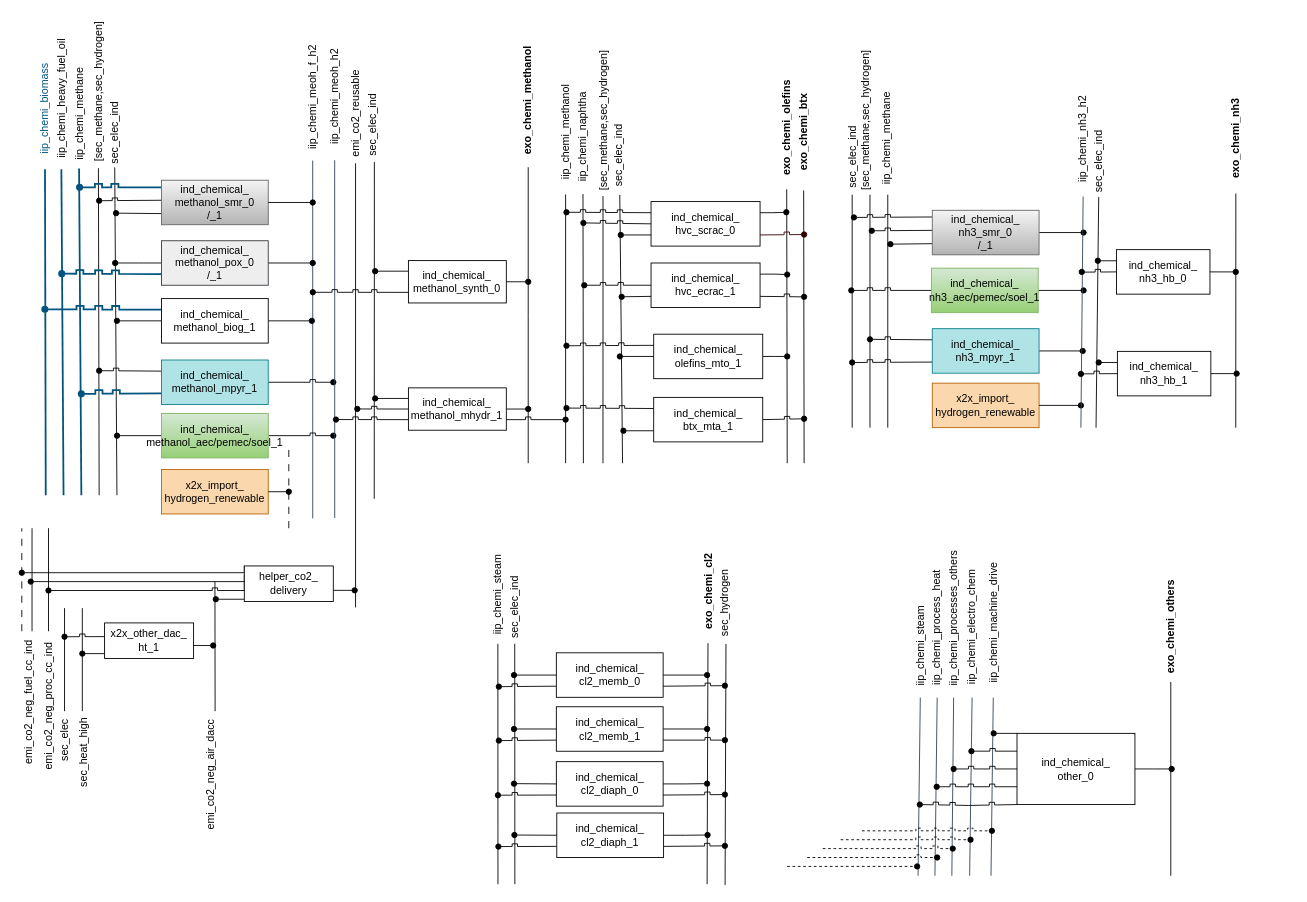
Before: page "Chemi_SEDOS" (3 of 18) of TAM_Industry_RES.drawio in anik-ier/TAM_Industry_RES, a draw.io diagram. Source tidied: cells renumbered, new cells numbered last; positions are measured from the earlier drawing's top-left corner, leaving out a move shared by most shapes. Both pictures are drawn from the tidied source at 89%, with x=0, y=0 at pixel (-32, 18).
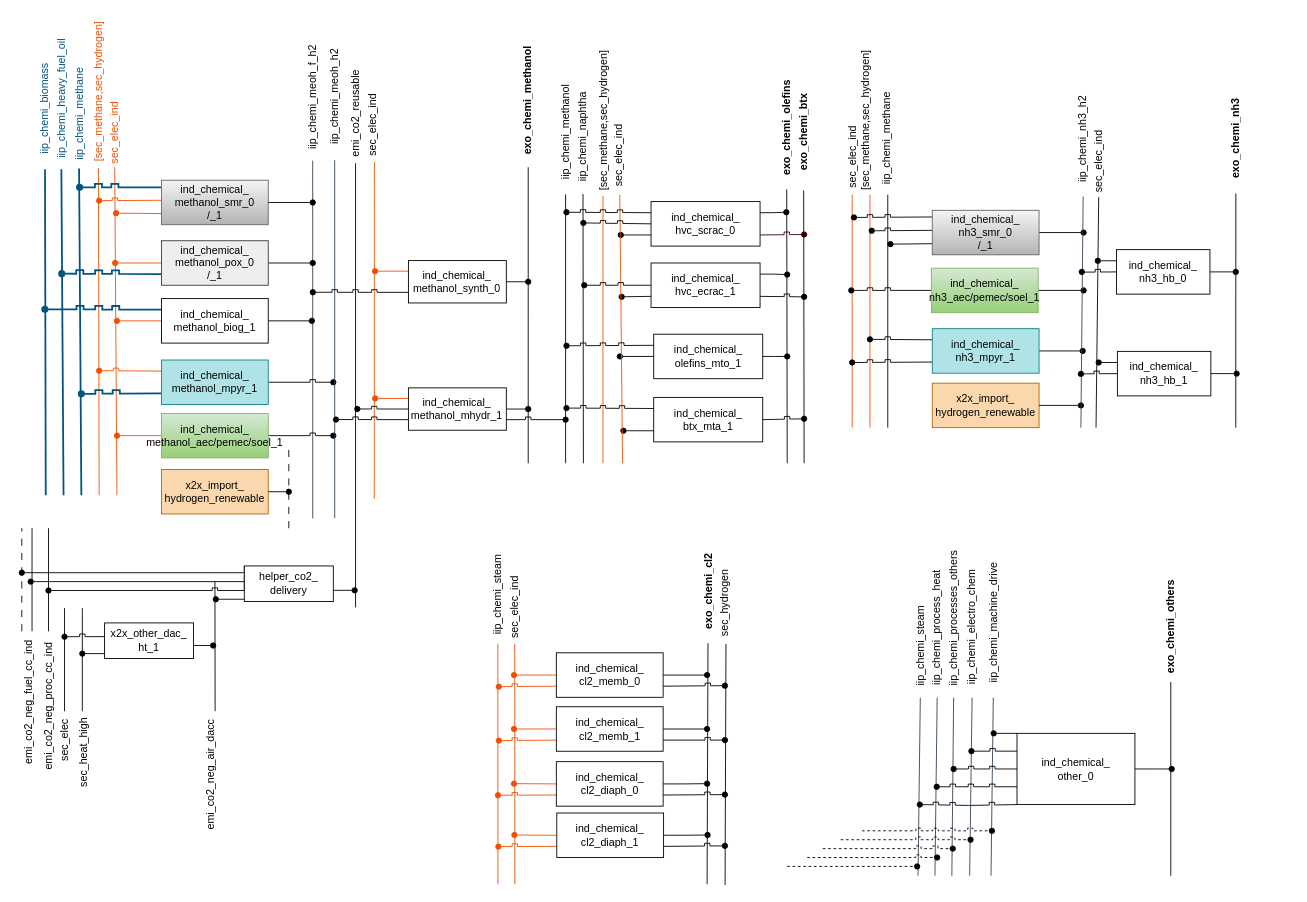
The same page after the edit.

Unchanged cells that the change refers to:
```xml
<mxCell id="9" value="sec_elec_ind" style="text;html=1;strokeColor=none;fillColor=none;align=center;verticalAlign=middle;whiteSpace=wrap;rounded=0;rotation=270;" parent="1" vertex="1">
  <mxGeometry x="687.2" y="140.8" width="88.5" height="27" as="geometry" />
</mxCell>
<mxCell id="14" value="[sec_methane,sec_hydrogen]" style="text;html=1;strokeColor=none;fillColor=none;align=center;verticalAlign=middle;whiteSpace=wrap;rounded=0;rotation=270;" parent="1" vertex="1">
  <mxGeometry x="628.8" y="103.5" width="168.5" height="24" as="geometry" />
</mxCell>
<mxCell id="27" style="group;" parent="1" vertex="1">
  <mxGeometry x="657" y="190" width="149" height="320" as="geometry" />
</mxCell>
<mxCell id="94" style="group;" parent="93" vertex="1">
  <mxGeometry width="385.1" height="243" as="geometry" />
</mxCell>
<mxCell id="99" style="group;" parent="94" vertex="1">
  <mxGeometry x="48.9" y="-137" width="190" height="60" as="geometry" />
</mxCell>
<mxCell id="103" value="&lt;div&gt;ind_chemical_&lt;/div&gt;&lt;div&gt;methanol_smr_0&lt;/div&gt;/_1" style="rounded=0;whiteSpace=wrap;html=1;fillColor=#f5f5f5;gradientColor=#b3b3b3;strokeColor=#666666;" parent="99" vertex="1">
  <mxGeometry x="70" width="120" height="50" as="geometry" />
</mxCell>
<mxCell id="105" style="group;" parent="94" vertex="1">
  <mxGeometry x="28.9" y="65" width="210" height="60" as="geometry" />
</mxCell>
<mxCell id="109" value="&lt;div&gt;ind_chemical_&lt;/div&gt;&lt;div&gt;methanol_mpyr_1&lt;/div&gt;" style="rounded=0;whiteSpace=wrap;html=1;fillColor=#b0e3e6;strokeColor=#0e8088;" parent="105" vertex="1">
  <mxGeometry x="90" width="120" height="50" as="geometry" />
</mxCell>
<mxCell id="112" value="&lt;div&gt;ind_chemical_&lt;/div&gt;&lt;div&gt;methanol_aec/pemec/soel_1&lt;/div&gt;" style="rounded=0;whiteSpace=wrap;html=1;fillColor=#d5e8d4;gradientColor=#97d077;strokeColor=#82b366;" parent="94" vertex="1">
  <mxGeometry x="118.9" y="125" width="120" height="50" as="geometry" />
</mxCell>
<mxCell id="116" value="&lt;div&gt;ind_chemical_&lt;/div&gt;&lt;div&gt;methanol_biog_1&lt;/div&gt;" style="rounded=0;whiteSpace=wrap;html=1;" parent="94" vertex="1">
  <mxGeometry x="118.9" y="-4" width="120" height="50" as="geometry" />
</mxCell>
<mxCell id="117" style="group;" parent="94" vertex="1">
  <mxGeometry x="-11.1" y="-69" width="250" height="60" as="geometry" />
</mxCell>
<mxCell id="121" value="&lt;div&gt;ind_chemical_&lt;/div&gt;&lt;div&gt;methanol_pox_0&lt;/div&gt;/_1" style="whiteSpace=wrap;html=1;rounded=0;fillColor=#eeeeee;strokeColor=#36393d;" parent="117" vertex="1">
  <mxGeometry x="130" width="120" height="50" as="geometry" />
</mxCell>
<mxCell id="127" style="group;" parent="94" vertex="1">
  <mxGeometry x="-26.1" y="-219" width="143" height="458" as="geometry" />
</mxCell>
<mxCell id="138" style="group;" parent="1" vertex="1">
  <mxGeometry x="348" y="142.9" width="256.4" height="337.6" as="geometry" />
</mxCell>
<mxCell id="143" value="&lt;div&gt;ind_chemical_&lt;/div&gt;&lt;div&gt;methanol_mhydr_1&lt;/div&gt;" style="rounded=0;whiteSpace=wrap;html=1;" parent="138" vertex="1">
  <mxGeometry x="146.4" y="272.4" width="110" height="47.6" as="geometry" />
</mxCell>
<mxCell id="144" style="group;" parent="138" vertex="1">
  <mxGeometry y="-143" width="256.4" height="337.6" as="geometry" />
</mxCell>
<mxCell id="148" value="&lt;div&gt;ind_chemical_&lt;/div&gt;&lt;div&gt;methanol_synth_0&lt;/div&gt;" style="rounded=0;whiteSpace=wrap;html=1;" parent="144" vertex="1">
  <mxGeometry x="146.4" y="272.4" width="110" height="47.6" as="geometry" />
</mxCell>
<mxCell id="154" value="&lt;div&gt;ind_chemical_&lt;/div&gt;&lt;div&gt;cl2_memb_0&lt;/div&gt;" style="whiteSpace=wrap;html=1;rounded=0;" parent="1" vertex="1">
  <mxGeometry x="660.6" y="713" width="120" height="50" as="geometry" />
</mxCell>
<mxCell id="157" value="&lt;div&gt;ind_chemical_&lt;/div&gt;&lt;div&gt;cl2_diaph_0&lt;/div&gt;" style="whiteSpace=wrap;html=1;rounded=0;" parent="1" vertex="1">
  <mxGeometry x="660.6" y="835.3" width="120" height="50" as="geometry" />
</mxCell>
<mxCell id="161" value="sec_elec_ind" style="text;html=1;fillColor=none;align=center;verticalAlign=middle;whiteSpace=wrap;rounded=0;rotation=270;fontStyle=0;" parent="1" vertex="1">
  <mxGeometry x="573.5" y="647.5" width="80.7" height="30" as="geometry" />
</mxCell>
<mxCell id="164" value="iip_chemi_steam" style="text;html=1;align=center;verticalAlign=middle;whiteSpace=wrap;rounded=0;rotation=270;fontStyle=0;" parent="1" vertex="1">
  <mxGeometry x="539.8" y="632.8" width="110.2" height="30" as="geometry" />
</mxCell>
<mxCell id="181" value="&lt;div&gt;ind_chemical_&lt;/div&gt;&lt;div&gt;cl2_memb_1&lt;/div&gt;" style="whiteSpace=wrap;html=1;rounded=0;" parent="1" vertex="1">
  <mxGeometry x="660.6" y="773.6" width="120" height="50" as="geometry" />
</mxCell>
<mxCell id="186" value="&lt;div&gt;ind_chemical_&lt;/div&gt;&lt;div&gt;cl2_diaph_1&lt;/div&gt;" style="whiteSpace=wrap;html=1;rounded=0;" parent="1" vertex="1">
  <mxGeometry x="661.1" y="893" width="120" height="50" as="geometry" />
</mxCell>
```

Diff of the diagram source:
```diff
@@
-    <mxCell id="28" style="endArrow=none;html=1;rounded=0;" parent="27" edge="1" target="9">
+    <mxCell id="28" style="endArrow=none;html=1;rounded=0;strokeColor=#F24F00;" parent="27" edge="1" target="9">
       <mxGeometry relative="1" as="geometry">
         <mxPoint x="78" y="310" as="sourcePoint" />
       </mxGeometry>
     </mxCell>
-    <mxCell id="29" style="endArrow=none;html=1;rounded=0;" parent="27" edge="1" target="14">
+    <mxCell id="29" style="endArrow=none;html=1;rounded=0;strokeColor=#F24F00;" parent="27" edge="1" target="14">
       <mxGeometry relative="1" as="geometry">
         <mxPoint x="56" y="310" as="sourcePoint" />
       </mxGeometry>
     </mxCell>
-    <mxCell id="30" value="sec_elec_ind" style="text;html=1;strokeColor=none;fillColor=none;align=center;verticalAlign=middle;whiteSpace=wrap;rounded=0;rotation=270;" parent="1" vertex="1">
+    <mxCell id="30" value="sec_elec_ind" style="text;html=1;align=center;verticalAlign=middle;whiteSpace=wrap;rounded=0;rotation=270;" parent="1" vertex="1">
       <mxGeometry x="412.5" y="111.5" width="85" height="17.9" as="geometry" />
     </mxCell>
@@
-    <mxCell id="35" style="endArrow=none;html=1;rounded=0;" parent="1" edge="1">
+    <mxCell id="35" style="endArrow=none;html=1;rounded=0;strokeColor=#F24F00;" parent="1" edge="1">
       <mxGeometry relative="1" as="geometry">
         <mxPoint x="1013" y="460" as="sourcePoint" />
         <mxPoint x="1013" y="198.3" as="targetPoint" />
       </mxGeometry>
     </mxCell>
@@
-    <mxCell id="39" style="endArrow=none;html=1;rounded=0;" parent="1" edge="1">
+    <mxCell id="39" style="endArrow=none;html=1;rounded=0;strokeColor=#F24F00;" parent="1" edge="1">
       <mxGeometry relative="1" as="geometry">
         <mxPoint x="993" y="460" as="sourcePoint" />
         <mxPoint x="993" y="198.3" as="targetPoint" />
       </mxGeometry>
     </mxCell>
@@
-    <mxCell id="91" style="endArrow=none;html=1;rounded=0;entryX=0.016;entryY=0.565;entryDx=0;entryDy=0;entryPerimeter=0;" parent="1" edge="1" target="30">
+    <mxCell id="91" style="endArrow=none;html=1;rounded=0;entryX=0.016;entryY=0.565;entryDx=0;entryDy=0;entryPerimeter=0;strokeColor=#F24F00;" parent="1" edge="1" target="30">
       <mxGeometry relative="1" as="geometry">
         <mxPoint x="456" y="540" as="sourcePoint" />
       </mxGeometry>
     </mxCell>
@@
-    <mxCell id="96" style="endArrow=none;html=1;rounded=0;" parent="94" edge="1" target="133">
+    <mxCell id="96" style="endArrow=none;html=1;rounded=0;strokeColor=#F24F00;" parent="94" edge="1" target="133">
       <mxGeometry relative="1" as="geometry">
         <mxPoint x="48.9" y="217" as="sourcePoint" />
       </mxGeometry>
     </mxCell>
-    <mxCell id="97" style="endArrow=none;html=1;rounded=0;entryX=0;entryY=0.5;entryDx=0;entryDy=0;" parent="94" edge="1" target="131">
+    <mxCell id="97" style="endArrow=none;html=1;rounded=0;entryX=0;entryY=0.5;entryDx=0;entryDy=0;fontColor=#F24F00;strokeColor=#F24F00;" parent="94" edge="1" target="131">
       <mxGeometry relative="1" as="geometry">
         <mxPoint x="68.9" y="217" as="sourcePoint" />
       </mxGeometry>
     </mxCell>
@@
-    <mxCell id="101" style="edgeStyle=orthogonalEdgeStyle;rounded=0;orthogonalLoop=1;jettySize=auto;html=1;exitX=0;exitY=0.5;exitDx=0;exitDy=0;endArrow=oval;endFill=1;jumpStyle=sharp;" parent="99" edge="1">
+    <mxCell id="101" style="edgeStyle=orthogonalEdgeStyle;rounded=0;orthogonalLoop=1;jettySize=auto;html=1;exitX=0;exitY=0.5;exitDx=0;exitDy=0;endArrow=oval;endFill=1;jumpStyle=sharp;strokeColor=#F24F00;" parent="99" edge="1">
       <mxGeometry relative="1" as="geometry">
         <mxPoint x="70" y="22.5" as="sourcePoint" />
         <mxPoint y="23" as="targetPoint" />
       </mxGeometry>
     </mxCell>
-    <mxCell id="102" style="edgeStyle=orthogonalEdgeStyle;rounded=0;jettySize=auto;html=1;exitX=0;exitY=0.75;exitDx=0;exitDy=0;endArrow=oval;endFill=1;" parent="99" edge="1" source="103">
+    <mxCell id="102" style="edgeStyle=orthogonalEdgeStyle;rounded=0;jettySize=auto;html=1;exitX=0;exitY=0.75;exitDx=0;exitDy=0;endArrow=oval;endFill=1;strokeColor=#F24F00;" parent="99" edge="1" source="103">
       <mxGeometry relative="1" as="geometry">
         <mxPoint x="19" y="37" as="targetPoint" />
       </mxGeometry>
     </mxCell>
@@
-    <mxCell id="106" style="edgeStyle=orthogonalEdgeStyle;rounded=0;jettySize=auto;html=1;exitX=0;exitY=0.25;exitDx=0;exitDy=0;endArrow=oval;endFill=1;jumpStyle=sharp;" parent="105" edge="1" source="109">
+    <mxCell id="106" style="edgeStyle=orthogonalEdgeStyle;rounded=0;jettySize=auto;html=1;exitX=0;exitY=0.25;exitDx=0;exitDy=0;endArrow=oval;endFill=1;jumpStyle=sharp;strokeColor=#F24F00;" parent="105" edge="1" source="109">
       <mxGeometry relative="1" as="geometry">
         <mxPoint x="20" y="12" as="targetPoint" />
       </mxGeometry>
     </mxCell>
@@
-    <mxCell id="110" style="edgeStyle=orthogonalEdgeStyle;rounded=0;jettySize=auto;html=1;exitX=0;exitY=0.5;exitDx=0;exitDy=0;endArrow=oval;endFill=1;jumpStyle=sharp;" parent="94" edge="1" source="112">
+    <mxCell id="110" style="edgeStyle=orthogonalEdgeStyle;rounded=0;jettySize=auto;html=1;exitX=0;exitY=0.5;exitDx=0;exitDy=0;endArrow=oval;endFill=1;jumpStyle=sharp;strokeColor=#F24F00;" parent="94" edge="1" source="112">
       <mxGeometry relative="1" as="geometry">
         <mxPoint x="69" y="150" as="targetPoint" />
       </mxGeometry>
     </mxCell>
@@
-    <mxCell id="115" style="edgeStyle=orthogonalEdgeStyle;rounded=0;jettySize=auto;html=1;exitX=0;exitY=0.5;exitDx=0;exitDy=0;strokeColor=#000000;strokeWidth=1;endArrow=oval;endFill=1;jumpStyle=sharp;" parent="94" edge="1" source="116">
+    <mxCell id="115" style="edgeStyle=orthogonalEdgeStyle;rounded=0;jettySize=auto;html=1;exitX=0;exitY=0.5;exitDx=0;exitDy=0;strokeColor=#F24F00;strokeWidth=1;endArrow=oval;endFill=1;jumpStyle=sharp;" parent="94" edge="1" source="116">
       <mxGeometry relative="1" as="geometry">
         <mxPoint x="68.9" y="21" as="targetPoint" />
       </mxGeometry>
     </mxCell>
@@
-    <mxCell id="120" style="edgeStyle=orthogonalEdgeStyle;rounded=0;jettySize=auto;html=1;exitX=0;exitY=0.5;exitDx=0;exitDy=0;endArrow=oval;endFill=1;" parent="117" edge="1" source="121">
+    <mxCell id="120" style="edgeStyle=orthogonalEdgeStyle;rounded=0;jettySize=auto;html=1;exitX=0;exitY=0.5;exitDx=0;exitDy=0;endArrow=oval;endFill=1;strokeColor=#F24F00;" parent="117" edge="1" source="121">
       <mxGeometry relative="1" as="geometry">
         <mxPoint x="78" y="25" as="targetPoint" />
       </mxGeometry>
     </mxCell>
@@
-    <mxCell id="129" value="iip_chemi_heavy_fuel_oil" style="text;html=1;strokeColor=none;fillColor=none;align=center;verticalAlign=middle;whiteSpace=wrap;rounded=0;rotation=270;" parent="127" vertex="1">
+    <mxCell id="129" value="iip_chemi_heavy_fuel_oil" style="text;html=1;strokeColor=none;fillColor=none;align=center;verticalAlign=middle;whiteSpace=wrap;rounded=0;rotation=270;fontColor=#00547D;" parent="127" vertex="1">
       <mxGeometry x="-46.2" y="-23.9" width="157.5" height="29.4" as="geometry" />
     </mxCell>
-    <mxCell id="130" value="iip_chemi_methane" style="text;html=1;strokeColor=none;fillColor=none;align=center;verticalAlign=middle;whiteSpace=wrap;rounded=0;rotation=270;" parent="127" vertex="1">
+    <mxCell id="130" value="iip_chemi_methane" style="text;html=1;strokeColor=none;fillColor=none;align=center;verticalAlign=middle;whiteSpace=wrap;rounded=0;rotation=270;fontColor=#00547D;" parent="127" vertex="1">
       <mxGeometry x="-8.8" y="-7.1" width="122.5" height="29.4" as="geometry" />
     </mxCell>
-    <mxCell id="131" value="sec_elec_ind" style="text;html=1;strokeColor=none;fillColor=none;align=center;verticalAlign=middle;whiteSpace=wrap;rounded=0;rotation=270;" parent="127" vertex="1">
+    <mxCell id="131" value="sec_elec_ind" style="text;html=1;strokeColor=none;fillColor=none;align=center;verticalAlign=middle;whiteSpace=wrap;rounded=0;rotation=270;fontColor=#F24F00;" parent="127" vertex="1">
       <mxGeometry x="54" y="14.3" width="77" height="29.4" as="geometry" />
     </mxCell>
@@
-    <mxCell id="133" value="[sec_methane,sec_hydrogen]" style="text;html=1;strokeColor=none;fillColor=none;align=center;verticalAlign=middle;whiteSpace=wrap;rounded=0;rotation=270;" parent="94" vertex="1">
+    <mxCell id="133" value="&lt;font color=&quot;#f24f00&quot;&gt;[sec_methane,sec_hydrogen]&lt;/font&gt;" style="text;html=1;strokeColor=none;fillColor=none;align=center;verticalAlign=middle;whiteSpace=wrap;rounded=0;rotation=270;" parent="94" vertex="1">
       <mxGeometry x="-38" y="-251.4" width="171.8" height="30" as="geometry" />
     </mxCell>
@@
-    <mxCell id="142" style="edgeStyle=orthogonalEdgeStyle;rounded=0;jettySize=auto;html=1;exitX=0;exitY=0.25;exitDx=0;exitDy=0;endArrow=oval;endFill=1;" parent="138" edge="1" source="143">
+    <mxCell id="142" style="edgeStyle=orthogonalEdgeStyle;rounded=0;jettySize=auto;html=1;exitX=0;exitY=0.25;exitDx=0;exitDy=0;endArrow=oval;endFill=1;strokeColor=#F24F00;" parent="138" edge="1" source="143">
       <mxGeometry relative="1" as="geometry">
         <mxPoint x="109" y="284.1" as="targetPoint" />
       </mxGeometry>
     </mxCell>
@@
-    <mxCell id="147" style="edgeStyle=orthogonalEdgeStyle;rounded=0;jettySize=auto;html=1;exitX=0;exitY=0.25;exitDx=0;exitDy=0;endArrow=oval;endFill=1;" parent="144" edge="1" source="148">
+    <mxCell id="147" style="edgeStyle=orthogonalEdgeStyle;rounded=0;jettySize=auto;html=1;exitX=0;exitY=0.25;exitDx=0;exitDy=0;endArrow=oval;endFill=1;strokeColor=#F24F00;" parent="144" edge="1" source="148">
       <mxGeometry relative="1" as="geometry">
         <mxPoint x="109" y="284.1" as="targetPoint" />
       </mxGeometry>
     </mxCell>
@@
-    <mxCell id="151" style="endArrow=none;html=1;rounded=0;targetPerimeterSpacing=0;entryX=0;entryY=0.5;entryDx=0;entryDy=0;" parent="1" edge="1" target="161">
+    <mxCell id="151" style="endArrow=none;html=1;rounded=0;targetPerimeterSpacing=0;entryX=0;entryY=0.5;entryDx=0;entryDy=0;strokeColor=#F24F00;" parent="1" edge="1" target="161">
       <mxGeometry relative="1" as="geometry">
         <mxPoint x="614" y="973" as="sourcePoint" />
       </mxGeometry>
     </mxCell>
@@
-    <mxCell id="153" style="edgeStyle=orthogonalEdgeStyle;rounded=0;jettySize=auto;html=1;exitX=0;exitY=0.75;exitDx=0;exitDy=0;endArrow=oval;endFill=1;startSize=6;jumpStyle=sharp;" parent="1" edge="1" source="154">
+    <mxCell id="153" style="edgeStyle=orthogonalEdgeStyle;rounded=0;jettySize=auto;html=1;exitX=0;exitY=0.75;exitDx=0;exitDy=0;endArrow=oval;endFill=1;startSize=6;jumpStyle=sharp;strokeColor=#F24F00;" parent="1" edge="1" source="154">
       <mxGeometry relative="1" as="geometry">
         <mxPoint x="596" y="751" as="targetPoint" />
       </mxGeometry>
     </mxCell>
@@
-    <mxCell id="156" style="edgeStyle=orthogonalEdgeStyle;rounded=0;jettySize=auto;html=1;exitX=0;exitY=0.75;exitDx=0;exitDy=0;endArrow=oval;endFill=1;jumpStyle=sharp;" parent="1" edge="1" source="157">
+    <mxCell id="156" style="edgeStyle=orthogonalEdgeStyle;rounded=0;jettySize=auto;html=1;exitX=0;exitY=0.75;exitDx=0;exitDy=0;endArrow=oval;endFill=1;jumpStyle=sharp;strokeColor=#F24F00;" parent="1" edge="1" source="157">
       <mxGeometry relative="1" as="geometry">
         <mxPoint x="595" y="873" as="targetPoint" />
       </mxGeometry>
     </mxCell>
@@
-    <mxCell id="159" style="edgeStyle=orthogonalEdgeStyle;rounded=0;jettySize=auto;html=1;exitX=0;exitY=0.5;exitDx=0;exitDy=0;strokeColor=#000000;strokeWidth=1;endArrow=oval;endFill=1;jumpStyle=sharp;" parent="1" edge="1" source="154">
+    <mxCell id="159" style="edgeStyle=orthogonalEdgeStyle;rounded=0;jettySize=auto;html=1;exitX=0;exitY=0.5;exitDx=0;exitDy=0;strokeColor=#F24F00;strokeWidth=1;endArrow=oval;endFill=1;jumpStyle=sharp;" parent="1" edge="1" source="154">
       <mxGeometry relative="1" as="geometry">
         <mxPoint x="613" y="738" as="targetPoint" />
       </mxGeometry>
     </mxCell>
-    <mxCell id="160" style="edgeStyle=orthogonalEdgeStyle;rounded=0;jettySize=auto;html=1;exitX=0;exitY=0.5;exitDx=0;exitDy=0;strokeColor=#000000;strokeWidth=1;endArrow=oval;endFill=1;jumpStyle=sharp;" parent="1" edge="1" source="157">
+    <mxCell id="160" style="edgeStyle=orthogonalEdgeStyle;rounded=0;jettySize=auto;html=1;exitX=0;exitY=0.5;exitDx=0;exitDy=0;strokeColor=#F24F00;strokeWidth=1;endArrow=oval;endFill=1;jumpStyle=sharp;" parent="1" edge="1" source="157">
       <mxGeometry relative="1" as="geometry">
         <mxPoint x="613" y="860" as="targetPoint" />
       </mxGeometry>
     </mxCell>
@@
-    <mxCell id="163" style="endArrow=none;html=1;rounded=0;targetPerimeterSpacing=0;entryX=0;entryY=0.5;entryDx=0;entryDy=0;" parent="1" edge="1" target="164">
+    <mxCell id="163" style="endArrow=none;html=1;rounded=0;targetPerimeterSpacing=0;entryX=0;entryY=0.5;entryDx=0;entryDy=0;strokeColor=#F24F00;" parent="1" edge="1" target="164">
       <mxGeometry relative="1" as="geometry">
         <mxPoint x="595" y="973" as="sourcePoint" />
       </mxGeometry>
     </mxCell>
@@
-    <mxCell id="179" style="edgeStyle=orthogonalEdgeStyle;rounded=0;jettySize=auto;html=1;exitX=0;exitY=0.75;exitDx=0;exitDy=0;endArrow=oval;endFill=1;startSize=6;jumpStyle=sharp;" parent="1" edge="1" source="181">
+    <mxCell id="179" style="edgeStyle=orthogonalEdgeStyle;rounded=0;jettySize=auto;html=1;exitX=0;exitY=0.75;exitDx=0;exitDy=0;endArrow=oval;endFill=1;startSize=6;jumpStyle=sharp;strokeColor=#F24F00;" parent="1" edge="1" source="181">
       <mxGeometry relative="1" as="geometry">
         <mxPoint x="596" y="811.6" as="targetPoint" />
       </mxGeometry>
     </mxCell>
-    <mxCell id="180" style="edgeStyle=orthogonalEdgeStyle;rounded=0;jettySize=auto;html=1;exitX=1;exitY=0.75;exitDx=0;exitDy=0;endArrow=oval;endFill=1;jumpStyle=sharp;" parent="1" edge="1" source="181">
+    <mxCell id="180" style="edgeStyle=orthogonalEdgeStyle;rounded=0;jettySize=auto;html=1;exitX=1;exitY=0.75;exitDx=0;exitDy=0;endArrow=oval;endFill=1;jumpStyle=sharp;strokeColor=#000000;" parent="1" edge="1" source="181">
       <mxGeometry relative="1" as="geometry">
         <mxPoint x="850" y="811.1" as="targetPoint" />
       </mxGeometry>
     </mxCell>
@@
-    <mxCell id="182" style="edgeStyle=orthogonalEdgeStyle;rounded=0;jettySize=auto;html=1;exitX=0;exitY=0.5;exitDx=0;exitDy=0;strokeColor=#000000;strokeWidth=1;endArrow=oval;endFill=1;jumpStyle=sharp;" parent="1" edge="1" source="181">
+    <mxCell id="182" style="edgeStyle=orthogonalEdgeStyle;rounded=0;jettySize=auto;html=1;exitX=0;exitY=0.5;exitDx=0;exitDy=0;strokeColor=#F24F00;strokeWidth=1;endArrow=oval;endFill=1;jumpStyle=sharp;" parent="1" edge="1" source="181">
       <mxGeometry relative="1" as="geometry">
         <mxPoint x="613" y="798.6" as="targetPoint" />
       </mxGeometry>
     </mxCell>
@@
-    <mxCell id="184" style="edgeStyle=orthogonalEdgeStyle;rounded=0;jettySize=auto;html=1;exitX=0;exitY=0.75;exitDx=0;exitDy=0;endArrow=oval;endFill=1;jumpStyle=sharp;" parent="1" edge="1" source="186">
+    <mxCell id="184" style="edgeStyle=orthogonalEdgeStyle;rounded=0;jettySize=auto;html=1;exitX=0;exitY=0.75;exitDx=0;exitDy=0;endArrow=oval;endFill=1;jumpStyle=sharp;strokeColor=#F24F00;" parent="1" edge="1" source="186">
       <mxGeometry relative="1" as="geometry">
         <mxPoint x="595.5" y="930.7" as="targetPoint" />
       </mxGeometry>
     </mxCell>
-    <mxCell id="185" style="edgeStyle=orthogonalEdgeStyle;rounded=0;jettySize=auto;html=1;exitX=1;exitY=0.75;exitDx=0;exitDy=0;endArrow=oval;endFill=1;jumpStyle=sharp;" parent="1" edge="1" source="186">
+    <mxCell id="185" style="edgeStyle=orthogonalEdgeStyle;rounded=0;jettySize=auto;html=1;exitX=1;exitY=0.75;exitDx=0;exitDy=0;endArrow=oval;endFill=1;jumpStyle=sharp;strokeColor=#000000;" parent="1" edge="1" source="186">
       <mxGeometry relative="1" as="geometry">
         <mxPoint x="850" y="929.9" as="targetPoint" />
       </mxGeometry>
     </mxCell>
@@
-    <mxCell id="187" style="edgeStyle=orthogonalEdgeStyle;rounded=0;jettySize=auto;html=1;exitX=0;exitY=0.5;exitDx=0;exitDy=0;strokeColor=#000000;strokeWidth=1;endArrow=oval;endFill=1;jumpStyle=sharp;" parent="1" edge="1" source="186">
+    <mxCell id="187" style="edgeStyle=orthogonalEdgeStyle;rounded=0;jettySize=auto;html=1;exitX=0;exitY=0.5;exitDx=0;exitDy=0;strokeColor=#F24F00;strokeWidth=1;endArrow=oval;endFill=1;jumpStyle=sharp;" parent="1" edge="1" source="186">
       <mxGeometry relative="1" as="geometry">
         <mxPoint x="613.5" y="917.7" as="targetPoint" />
       </mxGeometry>
     </mxCell>
-    <mxCell id="188" style="endArrow=none;html=1;rounded=0;entryX=0;entryY=0.5;entryDx=0;entryDy=0;" parent="1" edge="1">
+    <mxCell id="188" style="endArrow=none;html=1;rounded=0;entryX=0;entryY=0.5;entryDx=0;entryDy=0;strokeColor=#000000;" parent="1" edge="1">
       <mxGeometry relative="1" as="geometry">
         <mxPoint x="850.2" y="974" as="sourcePoint" />
         <mxPoint x="851.2" y="703" as="targetPoint" />
       </mxGeometry>
     </mxCell>
@@
-    <mxCell id="195" style="edgeStyle=orthogonalEdgeStyle;rounded=0;jettySize=auto;html=1;exitX=1;exitY=0.75;exitDx=0;exitDy=0;endArrow=oval;endFill=1;jumpStyle=sharp;" parent="1" edge="1" source="154">
+    <mxCell id="195" style="edgeStyle=orthogonalEdgeStyle;rounded=0;jettySize=auto;html=1;exitX=1;exitY=0.75;exitDx=0;exitDy=0;endArrow=oval;endFill=1;jumpStyle=sharp;strokeColor=#000000;" parent="1" edge="1" source="154">
       <mxGeometry relative="1" as="geometry">
         <mxPoint x="850" y="749.9" as="targetPoint" />
       </mxGeometry>
     </mxCell>
-    <mxCell id="196" style="edgeStyle=orthogonalEdgeStyle;rounded=0;jettySize=auto;html=1;exitX=1;exitY=0.75;exitDx=0;exitDy=0;endArrow=oval;endFill=1;jumpStyle=sharp;" parent="1" edge="1" source="157">
+    <mxCell id="196" style="edgeStyle=orthogonalEdgeStyle;rounded=0;jettySize=auto;html=1;exitX=1;exitY=0.75;exitDx=0;exitDy=0;endArrow=oval;endFill=1;jumpStyle=sharp;strokeColor=#000000;" parent="1" edge="1" source="157">
       <mxGeometry relative="1" as="geometry">
         <mxPoint x="850" y="872.3" as="targetPoint" />
       </mxGeometry>
     </mxCell>
```
